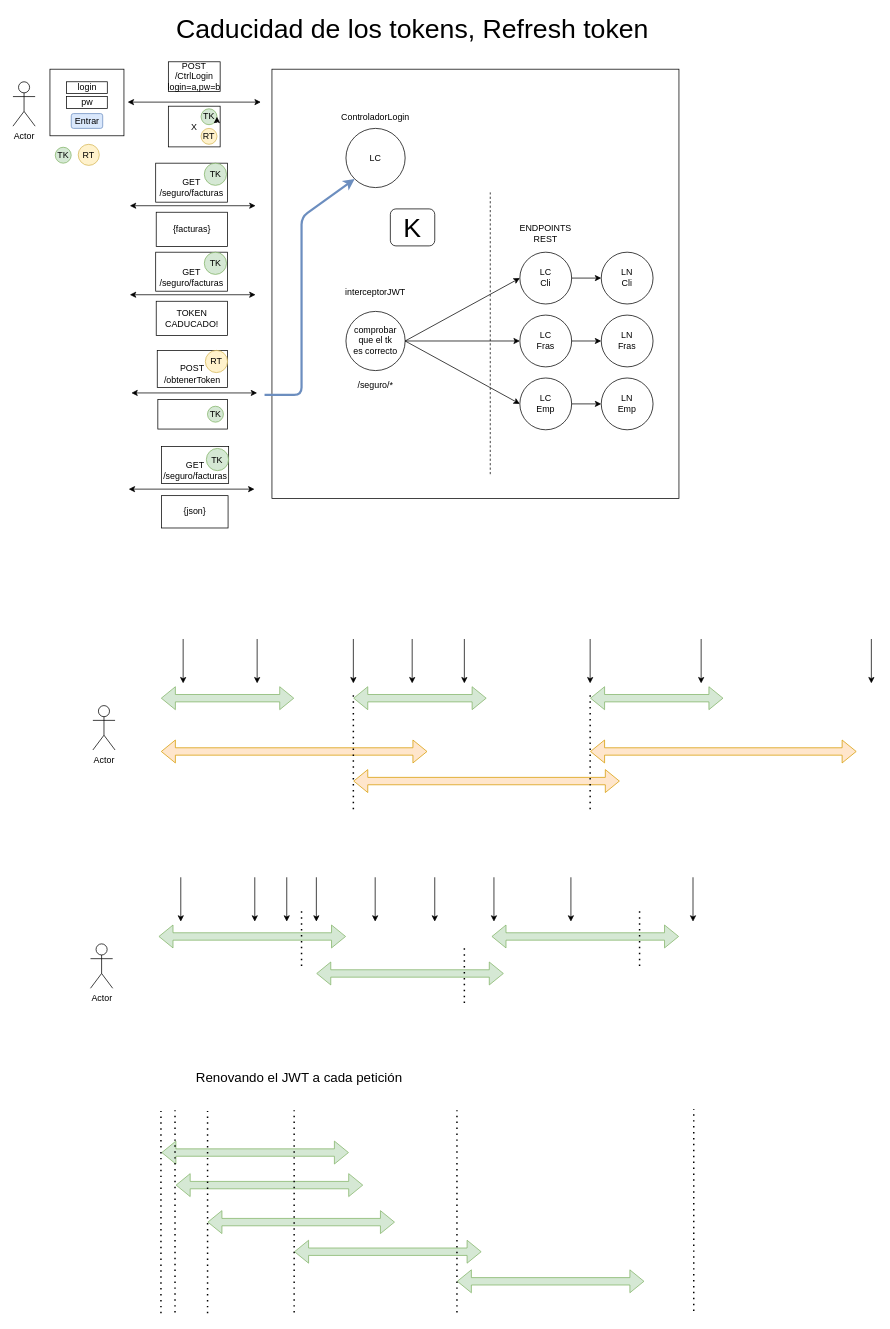
Earlier version of the draw.io diagram page "Página-10" (13 of 24) of seguridad.drawio (lrag/seguridad_java). Source tidied: cells renumbered, new cells numbered last; positions are measured from the earlier drawing's top-left corner, leaving out a move shared by most shapes. Both pictures are drawn from the tidied source at 74%, with x=0, y=0 at pixel (13, 17).
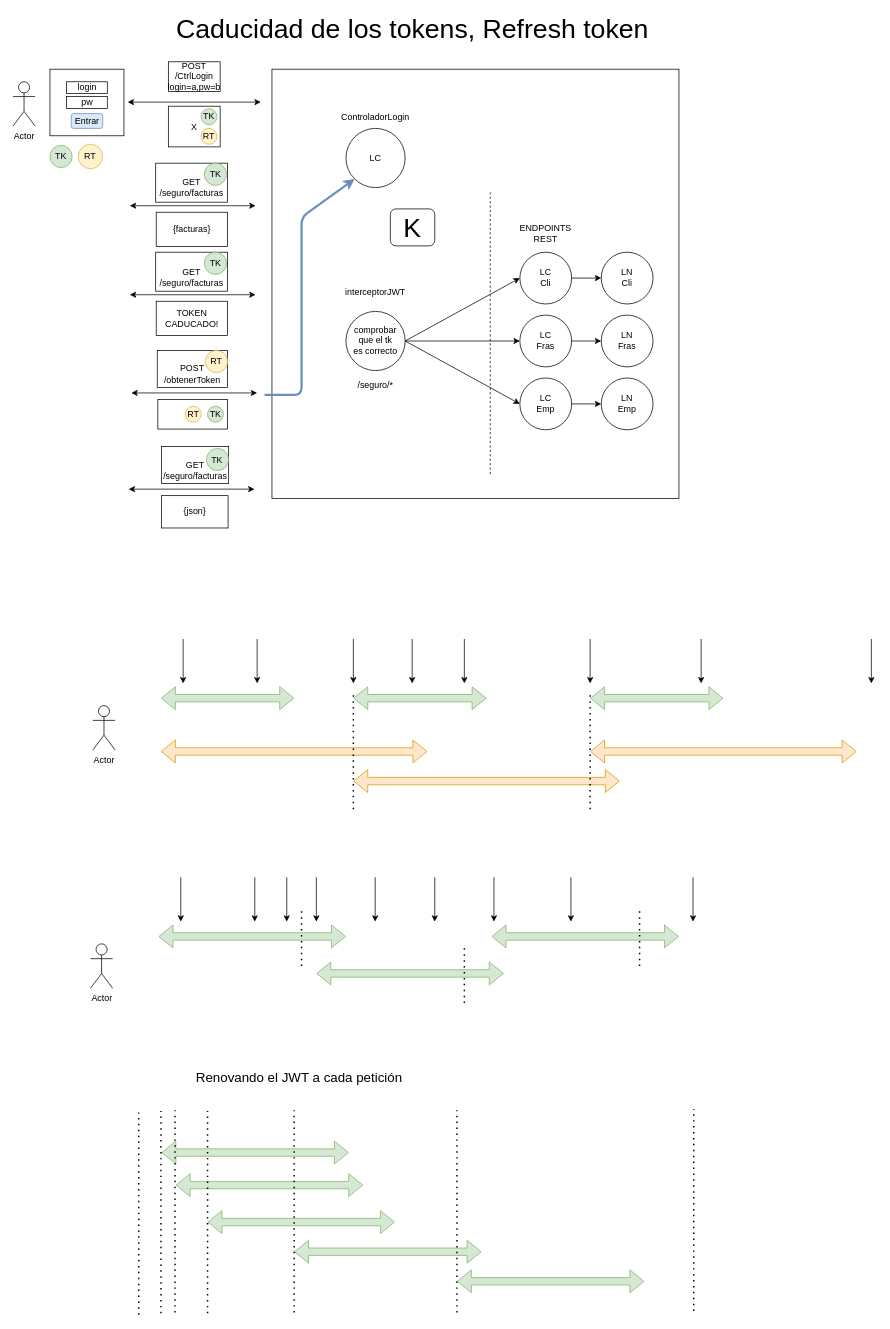
The same page after the edit.

Unchanged cells that the change refers to:
```xml
<mxCell id="11" value="TK" style="ellipse;whiteSpace=wrap;html=1;rounded=1;fontSize=12;fillColor=#d5e8d4;strokeColor=#82b366;" parent="1" vertex="1">
  <mxGeometry x="254.2" y="123.5" width="21.5" height="21.5" as="geometry" />
</mxCell>
```

Change to the diagram source:
```diff
@@
     <mxCell id="14" value="RT" style="ellipse;whiteSpace=wrap;html=1;rounded=1;fontSize=12;fillColor=#fff2cc;strokeColor=#d6b656;" parent="1" vertex="1">
-      <mxGeometry x="88.2" y="171.5" width="28.5" height="28.5" as="geometry" />
+      <mxGeometry x="88.2" y="171.5" width="33" height="33" as="geometry" />
     </mxCell>
@@
-    <mxCell id="98" style="edgeStyle=orthogonalEdgeStyle;rounded=0;orthogonalLoop=1;jettySize=auto;html=1;exitX=1;exitY=1;exitDx=0;exitDy=0;entryX=1;entryY=0.5;entryDx=0;entryDy=0;" parent="1" edge="1" source="11" target="11">
-      <mxGeometry relative="1" as="geometry" />
-    </mxCell>
-    <mxCell id="99" value="TK" style="ellipse;whiteSpace=wrap;html=1;rounded=1;fontSize=12;fillColor=#d5e8d4;strokeColor=#82b366;" parent="1" vertex="1">
-      <mxGeometry x="57.2" y="175.5" width="21.5" height="21.5" as="geometry" />
+    <mxCell id="99" value="TK" style="ellipse;whiteSpace=wrap;html=1;fillColor=#d5e8d4;strokeColor=#82b366;" parent="1" vertex="1">
+      <mxGeometry x="50" y="173" width="30" height="30" as="geometry" />
     </mxCell>
+    <mxCell id="100" style="endArrow=none;dashed=1;html=1;dashPattern=1 3;strokeWidth=2;rounded=0;fontSize=18;" parent="1" edge="1">
+      <mxGeometry relative="1" as="geometry">
+        <mxPoint x="170" y="1753.2" as="sourcePoint" />
+        <mxPoint x="170" y="1480" as="targetPoint" />
+      </mxGeometry>
+    </mxCell>
+    <mxCell id="101" value="RT" style="ellipse;whiteSpace=wrap;html=1;rounded=1;fontSize=12;fillColor=#fff2cc;strokeColor=#d6b656;" parent="1" vertex="1">
+      <mxGeometry x="232.8" y="525.5" width="21.5" height="21.5" as="geometry" />
+    </mxCell>
```
